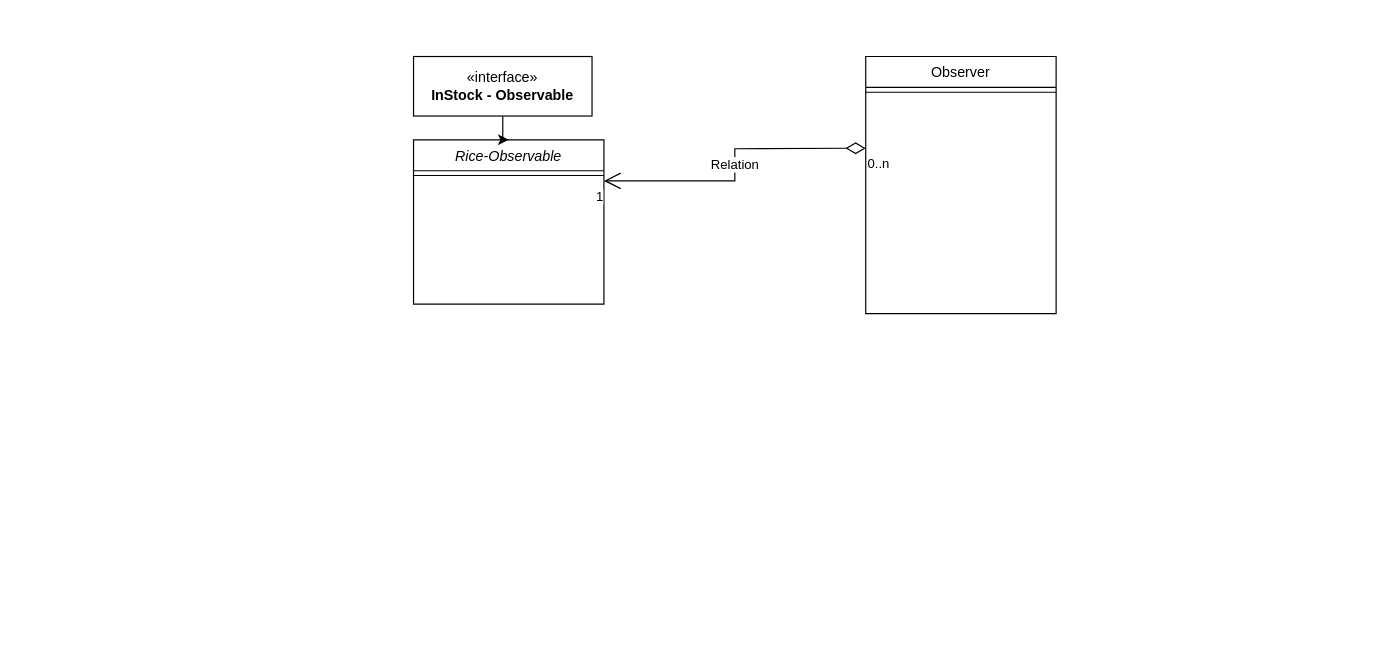
This is src/design/ObserverPattern.drawio from SGChebrolu/DraftWS, a draw.io file, before an edit. Source tidied: cells renumbered, new cells numbered last; positions are measured from the earlier drawing's top-left corner, leaving out a move shared by most shapes. Both pictures are drawn from the tidied source at 119%, with x=0, y=0 at pixel (413, 56).
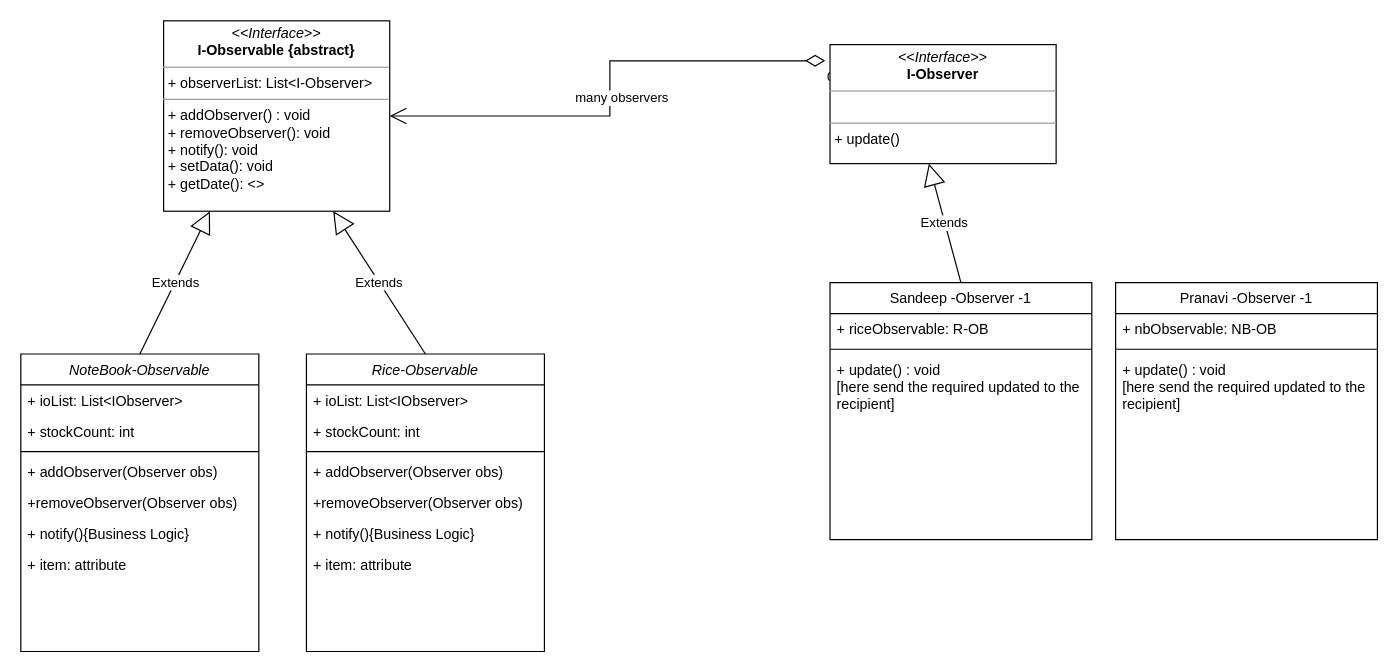
The same diagram, later.

The edit, as a diff of the source:
```diff
@@
-    <mxCell id="2" value="Rice-Observable" style="swimlane;fontStyle=2;align=center;verticalAlign=top;horizontal=1;startSize=26;rounded=0;shadow=0;strokeWidth=1;" parent="1" vertex="1">
-      <mxGeometry y="70" width="160" height="138" as="geometry" />
+    <mxCell id="2" value="Rice-Observable&#10;&#10;" style="swimlane;fontStyle=2;align=center;verticalAlign=top;horizontal=1;startSize=26;rounded=0;shadow=0;strokeWidth=1;" parent="1" vertex="1">
+      <mxGeometry x="-90" y="250" width="200" height="250" as="geometry" />
     </mxCell>
+    <mxCell id="11" value="+ ioList: List&amp;lt;IObserver&amp;gt;" style="text;strokeColor=none;fillColor=none;align=left;verticalAlign=top;spacingLeft=4;spacingRight=4;overflow=hidden;whiteSpace=wrap;html=1;" parent="2" vertex="1">
+      <mxGeometry y="26" width="200" height="26" as="geometry" />
+    </mxCell>
+    <mxCell id="12" value="+ stockCount: int" style="text;strokeColor=none;fillColor=none;align=left;verticalAlign=top;spacingLeft=4;spacingRight=4;overflow=hidden;whiteSpace=wrap;html=1;" parent="2" vertex="1">
+      <mxGeometry y="52" width="200" height="26" as="geometry" />
+    </mxCell>
     <mxCell id="3" style="line;html=1;strokeWidth=1;align=left;verticalAlign=middle;spacingTop=-1;spacingLeft=3;spacingRight=3;labelPosition=right;" parent="2" vertex="1">
-      <mxGeometry y="26" width="160" height="8" as="geometry" />
+      <mxGeometry y="78" width="200" height="8" as="geometry" />
     </mxCell>
+    <mxCell id="13" value="+ addObserver(Observer obs)" style="text;strokeColor=none;fillColor=none;align=left;verticalAlign=top;spacingLeft=4;spacingRight=4;overflow=hidden;whiteSpace=wrap;html=1;" parent="2" vertex="1">
+      <mxGeometry y="86" width="200" height="26" as="geometry" />
+    </mxCell>
+    <mxCell id="14" value="+removeObserver(Observer obs)" style="text;strokeColor=none;fillColor=none;align=left;verticalAlign=top;spacingLeft=4;spacingRight=4;overflow=hidden;whiteSpace=wrap;html=1;" parent="2" vertex="1">
+      <mxGeometry y="112" width="200" height="26" as="geometry" />
+    </mxCell>
+    <mxCell id="15" value="+ notify(){Business Logic}" style="text;strokeColor=none;fillColor=none;align=left;verticalAlign=top;spacingLeft=4;spacingRight=4;overflow=hidden;whiteSpace=wrap;html=1;" parent="2" vertex="1">
+      <mxGeometry y="138" width="200" height="26" as="geometry" />
+    </mxCell>
+    <mxCell id="16" value="+ item: attribute" style="text;strokeColor=none;fillColor=none;align=left;verticalAlign=top;spacingLeft=4;spacingRight=4;overflow=hidden;whiteSpace=wrap;html=1;" parent="2" vertex="1">
+      <mxGeometry y="164" width="200" height="26" as="geometry" />
+    </mxCell>
-    <mxCell id="4" value="Observer" style="swimlane;fontStyle=0;align=center;verticalAlign=top;horizontal=1;startSize=26;rounded=0;shadow=0;strokeWidth=1;" parent="1" vertex="1">
-      <mxGeometry x="380" width="160" height="216" as="geometry" />
+    <mxCell id="4" value="Sandeep -Observer -1" style="swimlane;fontStyle=0;align=center;verticalAlign=top;horizontal=1;startSize=26;rounded=0;shadow=0;strokeWidth=1;" parent="1" vertex="1">
+      <mxGeometry x="350" y="190" width="220" height="216" as="geometry" />
     </mxCell>
+    <mxCell id="17" value="+ riceObservable: R-OB" style="text;strokeColor=none;fillColor=none;align=left;verticalAlign=top;spacingLeft=4;spacingRight=4;overflow=hidden;whiteSpace=wrap;html=1;" parent="4" vertex="1">
+      <mxGeometry y="26" width="220" height="26" as="geometry" />
+    </mxCell>
     <mxCell id="5" style="line;html=1;strokeWidth=1;align=left;verticalAlign=middle;spacingTop=-1;spacingLeft=3;spacingRight=3;labelPosition=right;" parent="4" vertex="1">
-      <mxGeometry y="26" width="160" height="8" as="geometry" />
+      <mxGeometry y="52" width="220" height="8" as="geometry" />
     </mxCell>
+    <mxCell id="18" value="+ update() : void&lt;br&gt;[here send the required updated to the recipient]" style="text;strokeColor=none;fillColor=none;align=left;verticalAlign=top;spacingLeft=4;spacingRight=4;overflow=hidden;whiteSpace=wrap;html=1;" parent="4" vertex="1">
+      <mxGeometry y="60" width="220" height="60" as="geometry" />
+    </mxCell>
-    <mxCell id="6" value="Relation" style="endArrow=open;html=1;endSize=12;startArrow=diamondThin;startSize=14;startFill=0;edgeStyle=orthogonalEdgeStyle;rounded=0;entryX=1;entryY=0.25;entryDx=0;entryDy=0;" parent="1" edge="1" target="2">
-      <mxGeometry relative="1" as="geometry">
-        <mxPoint x="380" y="77" as="sourcePoint" />
-      </mxGeometry>
+    <mxCell id="6" value="many observers" style="endArrow=open;html=1;endSize=12;startArrow=diamondThin;startSize=14;startFill=0;edgeStyle=orthogonalEdgeStyle;rounded=0;entryX=1;entryY=0.5;entryDx=0;entryDy=0;exitX=-0.021;exitY=0.136;exitDx=0;exitDy=0;exitPerimeter=0;" parent="1" edge="1" source="20" target="19">
+      <mxGeometry x="0.03" y="10" relative="1" as="geometry" />
     </mxCell>
@@
-    <mxCell id="9" style="edgeStyle=orthogonalEdgeStyle;rounded=0;jettySize=auto;html=1;exitX=0.5;exitY=1;exitDx=0;exitDy=0;" parent="1" edge="1" source="10" target="2">
-      <mxGeometry relative="1" as="geometry" />
-    </mxCell>
-    <mxCell id="10" value="«interface»&lt;br&gt;&lt;b&gt;InStock - Observable&lt;/b&gt;" style="html=1;whiteSpace=wrap;" parent="1" vertex="1">
-      <mxGeometry width="150" height="50" as="geometry" />
-    </mxCell>
+    <mxCell id="19" value="&lt;p style=&quot;margin:0px;margin-top:4px;text-align:center;&quot;&gt;&lt;i&gt;&amp;lt;&amp;lt;Interface&amp;gt;&amp;gt;&lt;/i&gt;&lt;br&gt;&lt;b&gt;I-Observable {abstract}&lt;/b&gt;&lt;/p&gt;&lt;hr size=&quot;1&quot;&gt;&lt;p style=&quot;margin:0px;margin-left:4px;&quot;&gt;+ observerList: List&amp;lt;I-Observer&amp;gt;&lt;/p&gt;&lt;hr size=&quot;1&quot;&gt;&lt;p style=&quot;margin:0px;margin-left:4px;&quot;&gt;+ addObserver() : void&lt;br&gt;+ removeObserver(): void&lt;/p&gt;&lt;p style=&quot;margin:0px;margin-left:4px;&quot;&gt;+ notify(): void&lt;/p&gt;&lt;p style=&quot;margin:0px;margin-left:4px;&quot;&gt;+ setData(): void&lt;/p&gt;&lt;p style=&quot;margin:0px;margin-left:4px;&quot;&gt;+ getDate(): &amp;lt;&amp;gt;&lt;/p&gt;" style="verticalAlign=top;align=left;overflow=fill;fontSize=12;fontFamily=Helvetica;html=1;whiteSpace=wrap;" parent="1" vertex="1">
+      <mxGeometry x="-210" y="-30" width="190" height="160" as="geometry" />
+    </mxCell>
+    <mxCell id="20" value="&lt;p style=&quot;margin:0px;margin-top:4px;text-align:center;&quot;&gt;&lt;i&gt;&amp;lt;&amp;lt;Interface&amp;gt;&amp;gt;&lt;/i&gt;&lt;br&gt;&lt;b&gt;I-Observer&lt;/b&gt;&lt;/p&gt;&lt;hr size=&quot;1&quot;&gt;&lt;p style=&quot;margin:0px;margin-left:4px;&quot;&gt;&lt;br&gt;&lt;/p&gt;&lt;hr size=&quot;1&quot;&gt;&lt;p style=&quot;margin:0px;margin-left:4px;&quot;&gt;+ update()&lt;/p&gt;" style="verticalAlign=top;align=left;overflow=fill;fontSize=12;fontFamily=Helvetica;html=1;whiteSpace=wrap;" parent="1" vertex="1">
+      <mxGeometry x="350" y="-10" width="190" height="100" as="geometry" />
+    </mxCell>
+    <mxCell id="21" value="Extends" style="endArrow=block;endSize=16;endFill=0;html=1;rounded=0;entryX=0.75;entryY=1;entryDx=0;entryDy=0;exitX=0.5;exitY=0;exitDx=0;exitDy=0;" parent="1" edge="1" source="2" target="19">
+      <mxGeometry relative="1" as="geometry" />
+    </mxCell>
+    <mxCell id="22" value="Extends" style="endArrow=block;endSize=16;endFill=0;html=1;rounded=0;entryX=0.437;entryY=1;entryDx=0;entryDy=0;exitX=0.5;exitY=0;exitDx=0;exitDy=0;entryPerimeter=0;" parent="1" edge="1" source="4" target="20">
+      <mxGeometry relative="1" as="geometry" />
+    </mxCell>
+    <mxCell id="23" value="NoteBook-Observable&#10;&#10;" style="swimlane;fontStyle=2;align=center;verticalAlign=top;horizontal=1;startSize=26;rounded=0;shadow=0;strokeWidth=1;" parent="1" vertex="1">
+      <mxGeometry x="-330" y="250" width="200" height="250" as="geometry" />
+    </mxCell>
+    <mxCell id="24" value="+ ioList: List&amp;lt;IObserver&amp;gt;" style="text;strokeColor=none;fillColor=none;align=left;verticalAlign=top;spacingLeft=4;spacingRight=4;overflow=hidden;whiteSpace=wrap;html=1;" parent="23" vertex="1">
+      <mxGeometry y="26" width="200" height="26" as="geometry" />
+    </mxCell>
+    <mxCell id="25" value="+ stockCount: int" style="text;strokeColor=none;fillColor=none;align=left;verticalAlign=top;spacingLeft=4;spacingRight=4;overflow=hidden;whiteSpace=wrap;html=1;" parent="23" vertex="1">
+      <mxGeometry y="52" width="200" height="26" as="geometry" />
+    </mxCell>
+    <mxCell id="26" style="line;html=1;strokeWidth=1;align=left;verticalAlign=middle;spacingTop=-1;spacingLeft=3;spacingRight=3;labelPosition=right;" parent="23" vertex="1">
+      <mxGeometry y="78" width="200" height="8" as="geometry" />
+    </mxCell>
+    <mxCell id="27" value="+ addObserver(Observer obs)" style="text;strokeColor=none;fillColor=none;align=left;verticalAlign=top;spacingLeft=4;spacingRight=4;overflow=hidden;whiteSpace=wrap;html=1;" parent="23" vertex="1">
+      <mxGeometry y="86" width="200" height="26" as="geometry" />
+    </mxCell>
+    <mxCell id="28" value="+removeObserver(Observer obs)" style="text;strokeColor=none;fillColor=none;align=left;verticalAlign=top;spacingLeft=4;spacingRight=4;overflow=hidden;whiteSpace=wrap;html=1;" parent="23" vertex="1">
+      <mxGeometry y="112" width="200" height="26" as="geometry" />
+    </mxCell>
+    <mxCell id="29" value="+ notify(){Business Logic}" style="text;strokeColor=none;fillColor=none;align=left;verticalAlign=top;spacingLeft=4;spacingRight=4;overflow=hidden;whiteSpace=wrap;html=1;" parent="23" vertex="1">
+      <mxGeometry y="138" width="200" height="26" as="geometry" />
+    </mxCell>
+    <mxCell id="30" value="+ item: attribute" style="text;strokeColor=none;fillColor=none;align=left;verticalAlign=top;spacingLeft=4;spacingRight=4;overflow=hidden;whiteSpace=wrap;html=1;" parent="23" vertex="1">
+      <mxGeometry y="164" width="200" height="26" as="geometry" />
+    </mxCell>
+    <mxCell id="31" value="Extends" style="endArrow=block;endSize=16;endFill=0;html=1;rounded=0;entryX=0.205;entryY=1;entryDx=0;entryDy=0;exitX=0.5;exitY=0;exitDx=0;exitDy=0;entryPerimeter=0;" parent="1" edge="1" source="23" target="19">
+      <mxGeometry relative="1" as="geometry" />
+    </mxCell>
+    <mxCell id="32" value="Pranavi -Observer -1" style="swimlane;fontStyle=0;align=center;verticalAlign=top;horizontal=1;startSize=26;rounded=0;shadow=0;strokeWidth=1;" parent="1" vertex="1">
+      <mxGeometry x="590" y="190" width="220" height="216" as="geometry" />
+    </mxCell>
+    <mxCell id="33" value="+ nbObservable: NB-OB" style="text;strokeColor=none;fillColor=none;align=left;verticalAlign=top;spacingLeft=4;spacingRight=4;overflow=hidden;whiteSpace=wrap;html=1;" parent="32" vertex="1">
+      <mxGeometry y="26" width="220" height="26" as="geometry" />
+    </mxCell>
+    <mxCell id="34" style="line;html=1;strokeWidth=1;align=left;verticalAlign=middle;spacingTop=-1;spacingLeft=3;spacingRight=3;labelPosition=right;" parent="32" vertex="1">
+      <mxGeometry y="52" width="220" height="8" as="geometry" />
+    </mxCell>
+    <mxCell id="35" value="+ update() : void&lt;br&gt;[here send the required updated to the recipient]" style="text;strokeColor=none;fillColor=none;align=left;verticalAlign=top;spacingLeft=4;spacingRight=4;overflow=hidden;whiteSpace=wrap;html=1;" parent="32" vertex="1">
+      <mxGeometry y="60" width="220" height="60" as="geometry" />
+    </mxCell>
```
